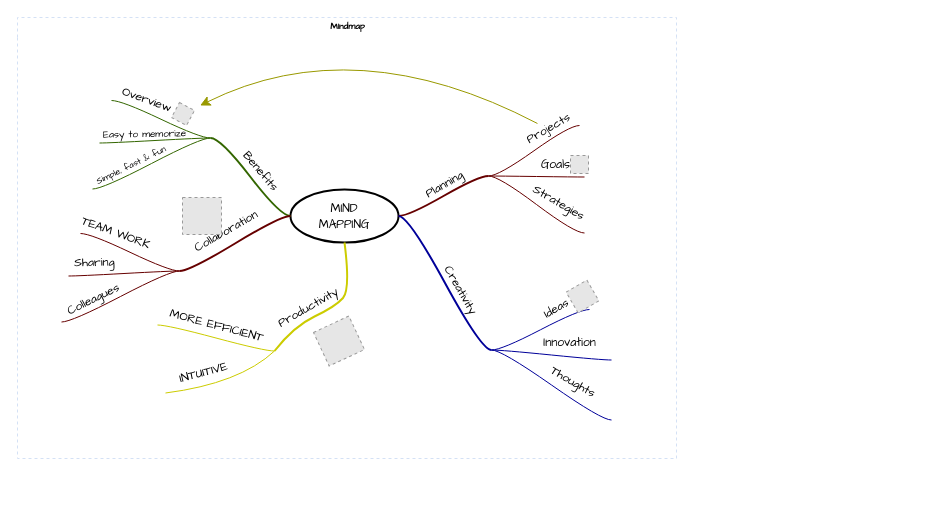
Above: Untitled Diagram.drawio in fathraaa/HTB-Pivot (draw.io), before the change. Source tidied: cells renumbered, new cells numbered last; positions are measured from the earlier drawing's top-left corner, leaving out a move shared by most shapes. Both pictures are drawn from the tidied source at 100%, with x=0, y=0 at pixel (17, 17). Pictures stored in the file or linked from it are replaced by grey dashed boxes.
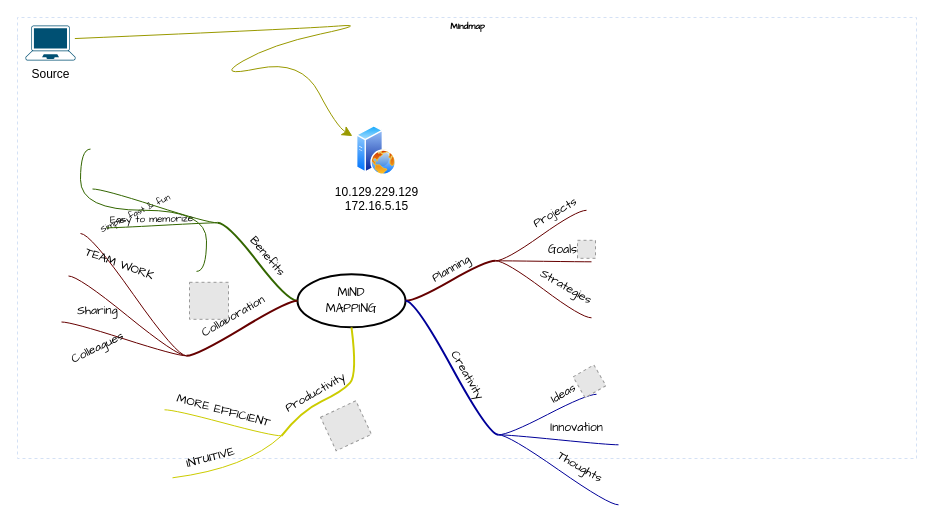
The same page after the edit.

Unchanged cells that the change refers to:
```xml
<mxCell id="9" value="Projects" style="text;html=1;points=[];align=center;verticalAlign=middle;labelBackgroundColor=none;fontFamily=Comic Sans MS;rotation=-30;" parent="8" vertex="1">
  <mxGeometry x="0.26" relative="1" as="geometry">
    <mxPoint x="3" y="-14" as="offset" />
  </mxGeometry>
</mxCell>
```

What changed in the source:
```diff
@@
     <mxCell id="2" value="Mindmap" style="swimlane;html=1;startSize=20;horizontal=1;containerType=tree;labelBackgroundColor=none;strokeColor=#D4E1F5;strokeWidth=1;fillColor=none;fontFamily=Comic Sans MS;fontSize=9;swimlaneLine=0;dashed=1;" parent="1" vertex="1">
-      <mxGeometry width="659" height="441" as="geometry" />
+      <mxGeometry width="899" height="441" as="geometry" />
     </mxCell>
     <mxCell id="3" value="&lt;font face=&quot;Comic Sans MS&quot;&gt;MIND&lt;br&gt;MAPPING&lt;/font&gt;" style="ellipse;whiteSpace=wrap;html=1;align=center;strokeWidth=2;" parent="2" vertex="1">
-      <mxGeometry x="273" y="172" width="108" height="53" as="geometry" />
+      <mxGeometry x="280" y="256.8" width="108" height="53" as="geometry" />
     </mxCell>
     <mxCell id="4" style="whiteSpace=wrap;html=1;rounded=1;arcSize=50;align=center;verticalAlign=middle;strokeWidth=1;spacing=4;" parent="2" vertex="1">
-      <mxGeometry x="471" y="158" height="1" as="geometry" />
+      <mxGeometry x="478" y="242.8" height="1" as="geometry" />
     </mxCell>
@@
     <mxCell id="7" style="whiteSpace=wrap;html=1;rounded=1;arcSize=50;align=center;verticalAlign=middle;strokeWidth=1;spacing=4;" parent="2" vertex="1" collapsed="1">
-      <mxGeometry x="562" y="108" width="5" as="geometry" />
+      <mxGeometry x="569" y="192.8" width="5" as="geometry" />
     </mxCell>
@@
     <mxCell id="10" style="whiteSpace=wrap;html=1;rounded=1;arcSize=50;align=center;verticalAlign=middle;strokeWidth=1;spacing=4;" parent="2" vertex="1">
-      <mxGeometry x="567" y="159" height="1" as="geometry" />
+      <mxGeometry x="574" y="243.8" height="1" as="geometry" />
     </mxCell>
@@
     <mxCell id="13" style="whiteSpace=wrap;html=1;rounded=1;arcSize=50;align=center;verticalAlign=middle;strokeWidth=1;spacing=4;" parent="2" vertex="1">
-      <mxGeometry x="567" y="215" height="1" as="geometry" />
+      <mxGeometry x="574" y="299.8" height="1" as="geometry" />
     </mxCell>
@@
     <mxCell id="16" style="whiteSpace=wrap;html=1;rounded=1;arcSize=50;align=center;verticalAlign=middle;strokeWidth=1;spacing=4;" parent="2" vertex="1">
-      <mxGeometry x="474" y="332" height="1" as="geometry" />
+      <mxGeometry x="481" y="416.8" height="1" as="geometry" />
     </mxCell>
@@
     <mxCell id="19" style="whiteSpace=wrap;html=1;rounded=1;arcSize=50;align=center;verticalAlign=middle;strokeWidth=1;spacing=4;" parent="2" vertex="1">
-      <mxGeometry x="572" y="292" width="5" as="geometry" />
+      <mxGeometry x="579" y="376.8" width="5" as="geometry" />
     </mxCell>
@@
     <mxCell id="22" style="whiteSpace=wrap;html=1;rounded=1;arcSize=50;align=center;verticalAlign=middle;strokeWidth=1;spacing=4;" parent="2" vertex="1">
-      <mxGeometry x="594" y="342" height="1" as="geometry" />
+      <mxGeometry x="601" y="426.8" height="1" as="geometry" />
     </mxCell>
@@
     <mxCell id="25" style="whiteSpace=wrap;html=1;rounded=1;arcSize=50;align=center;verticalAlign=middle;strokeWidth=1;spacing=4;" parent="2" vertex="1">
-      <mxGeometry x="594" y="402" height="1" as="geometry" />
+      <mxGeometry x="601" y="486.8" height="1" as="geometry" />
     </mxCell>
@@
     <mxCell id="28" style="fillColor=#E6E6E6;strokeColor=#999999;dashed=1;html=1;verticalAlign=top;verticalLabelPosition=bottom;labelBackgroundColor=#ffffff;fontFamily=Comic Sans MS;rotation=-30;" parent="2" vertex="1">
-      <mxGeometry x="553" y="267" width="24" height="24" as="geometry" />
+      <mxGeometry x="560" y="351.8" width="24" height="24" as="geometry" />
     </mxCell>
@@
     <mxCell id="30" style="fillColor=#E6E6E6;strokeColor=#999999;dashed=1;html=1;verticalAlign=top;verticalLabelPosition=bottom;labelBackgroundColor=#ffffff;fontFamily=Comic Sans MS;" parent="2" vertex="1">
-      <mxGeometry x="553" y="138" width="18" height="18" as="geometry" />
+      <mxGeometry x="560" y="222.8" width="18" height="18" as="geometry" />
     </mxCell>
@@
     <mxCell id="32" style="whiteSpace=wrap;html=1;rounded=1;arcSize=50;align=center;verticalAlign=middle;strokeWidth=1;spacing=4;" parent="2" vertex="1">
-      <mxGeometry x="193" y="120" height="1" as="geometry" />
+      <mxGeometry x="200" y="204.8" height="1" as="geometry" />
     </mxCell>
@@
     <mxCell id="38" style="whiteSpace=wrap;html=1;rounded=1;arcSize=50;align=center;verticalAlign=middle;strokeWidth=1;spacing=4;" parent="2" vertex="1">
-      <mxGeometry x="82" y="125" height="1" as="geometry" />
+      <mxGeometry x="89" y="209.8" height="1" as="geometry" />
     </mxCell>
@@
-    <mxCell id="41" style="whiteSpace=wrap;html=1;rounded=1;arcSize=50;align=center;verticalAlign=middle;strokeWidth=1;spacing=4;" parent="2" vertex="1" collapsed="1">
-      <mxGeometry x="89" y="83" width="5" as="geometry" />
-    </mxCell>
-    <mxCell id="42" style="edgeStyle=entityRelationEdgeStyle;startArrow=none;endArrow=none;segment=10;curved=1;strokeColor=#336600;rounded=0;fontSize=12;startSize=8;endSize=8;" parent="2" edge="1" source="32" target="41">
-      <mxGeometry relative="1" as="geometry" />
+    <mxCell id="42" style="edgeStyle=entityRelationEdgeStyle;startArrow=none;endArrow=none;segment=10;curved=1;strokeColor=#336600;rounded=0;fontSize=12;startSize=8;endSize=8;" parent="2" edge="1">
+      <mxGeometry relative="1" as="geometry">
+        <mxPoint x="179" y="253.9" as="sourcePoint" />
+        <mxPoint x="73" y="131.6" as="targetPoint" />
+      </mxGeometry>
     </mxCell>
-    <mxCell id="43" value="Overview" style="text;html=1;align=center;verticalAlign=middle;labelBackgroundColor=none;fontFamily=Comic Sans MS;rotation=20;" parent="42" vertex="1">
-      <mxGeometry x="0.26" relative="1" as="geometry">
-        <mxPoint x="-2" y="-13" as="offset" />
-      </mxGeometry>
-    </mxCell>
-    <mxCell id="44" style="fillColor=#E6E6E6;strokeColor=#999999;dashed=1;html=1;verticalAlign=top;verticalLabelPosition=bottom;labelBackgroundColor=#ffffff;fontFamily=Comic Sans MS;fontSize=10;rotation=28;" parent="2" vertex="1">
-      <mxGeometry x="157" y="88" width="17" height="17" as="geometry" />
-    </mxCell>
-    <mxCell id="45" style="endArrow=classic;html=1;curved=1;sourcePerimeterSpacing=10;strokeColor=#999900;targetPerimeterSpacing=7;rounded=0;fontSize=12;startSize=8;endSize=8;" parent="2" edge="1" source="9" target="44">
+    <mxCell id="45" style="endArrow=classic;html=1;curved=1;sourcePerimeterSpacing=10;strokeColor=#999900;targetPerimeterSpacing=7;rounded=0;fontSize=12;startSize=8;endSize=8;exitX=0.987;exitY=0.373;exitDx=0;exitDy=0;exitPerimeter=0;" parent="2" edge="1" source="72" target="73">
       <mxGeometry relative="1" as="geometry">
         <Array as="points">
-          <mxPoint x="338" y="11" />
+          <mxPoint x="290" y="11" />
+          <mxPoint x="352" y="6" />
+          <mxPoint x="254" y="27" />
+          <mxPoint x="197" y="60" />
+          <mxPoint x="284" y="42" />
+          <mxPoint x="319" y="109" />
         </Array>
       </mxGeometry>
     </mxCell>
-    <mxCell id="46" style="jumpStyle=arc;html=1;endArrow=classicThin;endFill=1;jettySize=auto;strokeColor=none;strokeWidth=2;fontFamily=Comic Sans MS;fontSize=10;rounded=0;startSize=8;endSize=8;curved=1;" parent="2" edge="1" source="32" target="44">
-      <mxGeometry relative="1" as="geometry" />
+    <mxCell id="46" style="jumpStyle=arc;html=1;endArrow=classicThin;endFill=1;jettySize=auto;strokeColor=none;strokeWidth=2;fontFamily=Comic Sans MS;fontSize=10;rounded=0;startSize=8;endSize=8;curved=1;" parent="2" edge="1" source="32">
+      <mxGeometry relative="1" as="geometry">
+        <mxPoint x="179.1" y="187" as="targetPoint" />
+      </mxGeometry>
     </mxCell>
     <mxCell id="47" style="whiteSpace=wrap;html=1;rounded=1;arcSize=50;align=center;verticalAlign=middle;strokeWidth=1;spacing=4;" parent="2" vertex="1">
-      <mxGeometry x="162" y="253" height="1" as="geometry" />
+      <mxGeometry x="169" y="337.8" height="1" as="geometry" />
     </mxCell>
@@
-    <mxCell id="56" style="whiteSpace=wrap;html=1;rounded=1;arcSize=50;align=center;verticalAlign=middle;strokeWidth=1;spacing=4;" parent="2" vertex="1" collapsed="1">
+    <mxCell id="56" style="whiteSpace=wrap;html=1;rounded=1;arcSize=50;align=center;verticalAlign=middle;strokeWidth=1;spacing=4;" parent="2" vertex="1">
       <mxGeometry x="58" y="216" width="5" as="geometry" />
     </mxCell>
@@
     <mxCell id="59" style="fillColor=#E6E6E6;strokeColor=#999999;dashed=1;html=1;verticalAlign=top;verticalLabelPosition=bottom;labelBackgroundColor=#ffffff;fontFamily=Comic Sans MS;fontSize=12;fontColor=#000000;align=center;" parent="2" vertex="1">
-      <mxGeometry x="165" y="180" width="39" height="37" as="geometry" />
+      <mxGeometry x="172" y="264.8" width="39" height="37" as="geometry" />
     </mxCell>
@@
     <mxCell id="61" style="whiteSpace=wrap;html=1;rounded=1;arcSize=50;align=center;verticalAlign=middle;strokeWidth=1;spacing=4;" parent="2" vertex="1">
-      <mxGeometry x="257" y="333" height="1" as="geometry" />
+      <mxGeometry x="264" y="417.8" height="1" as="geometry" />
     </mxCell>
     <mxCell id="62" style="startArrow=none;endArrow=none;segment=10;strokeWidth=2;strokeColor=#CCCC00;exitX=0.5;exitY=1;curved=1;rounded=0;fontSize=12;startSize=8;endSize=8;" parent="2" edge="1" source="3" target="61">
       <mxGeometry relative="1" as="geometry">
         <Array as="points">
-          <mxPoint x="333" y="272" />
-          <mxPoint x="318" y="289" />
-          <mxPoint x="276" y="309" />
+          <mxPoint x="340" y="356.8" />
+          <mxPoint x="325" y="373.8" />
+          <mxPoint x="283" y="393.8" />
         </Array>
       </mxGeometry>
     </mxCell>
@@
     <mxCell id="64" style="whiteSpace=wrap;html=1;rounded=1;arcSize=50;align=center;verticalAlign=middle;strokeWidth=1;spacing=4;" parent="2" vertex="1">
-      <mxGeometry x="148" y="375" height="1" as="geometry" />
+      <mxGeometry x="155" y="459.8" height="1" as="geometry" />
     </mxCell>
     <mxCell id="65" style="startArrow=none;endArrow=none;segment=10;strokeColor=#CCCC00;curved=1;rounded=0;fontSize=12;startSize=8;endSize=8;" parent="2" edge="1" source="61" target="64">
       <mxGeometry relative="1" as="geometry">
         <Array as="points">
-          <mxPoint x="222" y="366" />
+          <mxPoint x="229" y="450.8" />
         </Array>
       </mxGeometry>
     </mxCell>
@@
     <mxCell id="67" style="whiteSpace=wrap;html=1;rounded=1;arcSize=50;align=center;verticalAlign=middle;strokeWidth=1;spacing=4;" parent="2" vertex="1">
-      <mxGeometry x="140" y="307" height="1" as="geometry" />
+      <mxGeometry x="147" y="391.8" height="1" as="geometry" />
     </mxCell>
@@
     <mxCell id="70" style="fillColor=#E6E6E6;strokeColor=#999999;dashed=1;html=1;verticalAlign=top;verticalLabelPosition=bottom;labelBackgroundColor=#ffffff;fontFamily=Comic Sans MS;fontSize=12;fontColor=#000000;align=center;rotation=-25;" parent="2" vertex="1">
-      <mxGeometry x="302" y="305" width="39" height="37" as="geometry" />
+      <mxGeometry x="309" y="389.8" width="39" height="37" as="geometry" />
     </mxCell>
@@
+    <mxCell id="72" value="Source" style="points=[[0.13,0.02,0],[0.5,0,0],[0.87,0.02,0],[0.885,0.4,0],[0.985,0.985,0],[0.5,1,0],[0.015,0.985,0],[0.115,0.4,0]];verticalLabelPosition=bottom;sketch=0;html=1;verticalAlign=top;align=center;shape=mxgraph.cisco19.laptop;fillColor=#005073;strokeColor=none;" parent="2" vertex="1">
+      <mxGeometry x="8" y="8" width="50" height="35" as="geometry" />
+    </mxCell>
+    <mxCell id="73" value="&lt;span class=&quot;text-success&quot;&gt;&lt;span style=&quot;cursor:pointer;&quot; class=&quot;target&quot;&gt;&lt;span class=&quot;target-0 cursor-pointer&quot;&gt;10.129.229.129&lt;br&gt;&lt;/span&gt;&lt;/span&gt;&lt;/span&gt;172.16.5.15" style="image;perimeter=ellipsePerimeter;html=1;align=center;shadow=0;dashed=0;spacingTop=3;image=img/lib/active_directory/web_server.svg;" parent="2" vertex="1">
+      <mxGeometry x="339" y="108" width="40" height="50" as="geometry" />
+    </mxCell>
```
